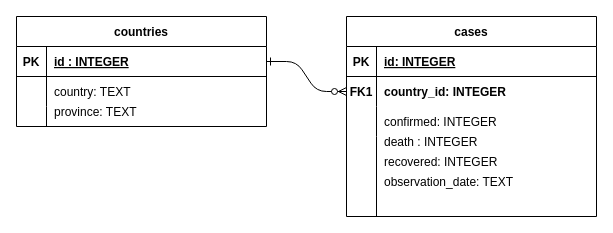
Earlier version of the draw.io diagram COM 728 assessment/covid.drawio (princessjanet/COM728). Source tidied: cells renumbered, new cells numbered last; positions are measured from the earlier drawing's top-left corner, leaving out a move shared by most shapes. Both pictures are drawn from the tidied source at 100%, with x=0, y=0 at pixel (16, 16).
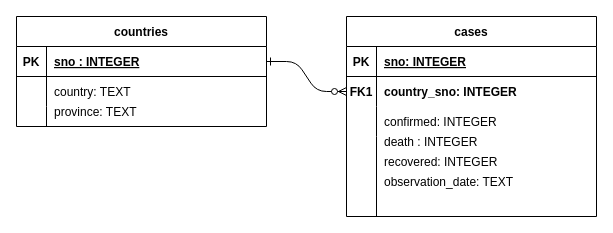
After the change.

Unchanged cells that the change refers to:
```xml
<mxCell id="4" style="shape=partialRectangle;fillColor=none;top=0;left=0;right=0;bottom=1;" parent="3" vertex="1">
  <mxGeometry y="30" width="250" height="30" as="geometry" />
</mxCell>
<mxCell id="7" style="shape=partialRectangle;fillColor=none;points=[[0,0.5],[1,0.5]];portConstraint=eastwest;top=0;left=0;right=0;bottom=0;fontStyle=1;" parent="3" vertex="1">
  <mxGeometry y="60" width="250" height="30" as="geometry" />
</mxCell>
<mxCell id="14" style="shape=partialRectangle;fillColor=none;points=[[0,0.5],[1,0.5]];portConstraint=eastwest;top=0;left=0;right=0;bottom=1;" parent="13" vertex="1">
  <mxGeometry y="30" width="250" height="30" as="geometry" />
</mxCell>
```

What changed in the source:
```diff
@@
-    <mxCell id="6" value="id: INTEGER" style="shape=partialRectangle;overflow=hidden;fillColor=none;top=0;left=0;bottom=0;right=0;align=left;spacingLeft=6;fontStyle=5;" parent="4" vertex="1">
+    <mxCell id="6" value="sno: INTEGER" style="shape=partialRectangle;overflow=hidden;fillColor=none;top=0;left=0;bottom=0;right=0;align=left;spacingLeft=6;fontStyle=5;" parent="4" vertex="1">
       <mxGeometry x="30" width="220" height="30" as="geometry" />
     </mxCell>
@@
-    <mxCell id="9" value="country_id: INTEGER" style="shape=partialRectangle;overflow=hidden;fillColor=none;top=0;left=0;bottom=0;right=0;align=left;spacingLeft=6;fontStyle=1;" parent="7" vertex="1">
+    <mxCell id="9" value="country_sno: INTEGER" style="shape=partialRectangle;overflow=hidden;fillColor=none;top=0;left=0;bottom=0;right=0;align=left;spacingLeft=6;fontStyle=1;" parent="7" vertex="1">
       <mxGeometry x="30" width="220" height="30" as="geometry" />
     </mxCell>
@@
-    <mxCell id="16" value="id : INTEGER" style="shape=partialRectangle;overflow=hidden;fillColor=none;top=0;left=0;bottom=0;right=0;align=left;spacingLeft=6;fontStyle=5;" parent="14" vertex="1">
+    <mxCell id="16" value="sno : INTEGER" style="shape=partialRectangle;overflow=hidden;fillColor=none;top=0;left=0;bottom=0;right=0;align=left;spacingLeft=6;fontStyle=5;" parent="14" vertex="1">
       <mxGeometry x="30" width="220" height="30" as="geometry" />
     </mxCell>
```
